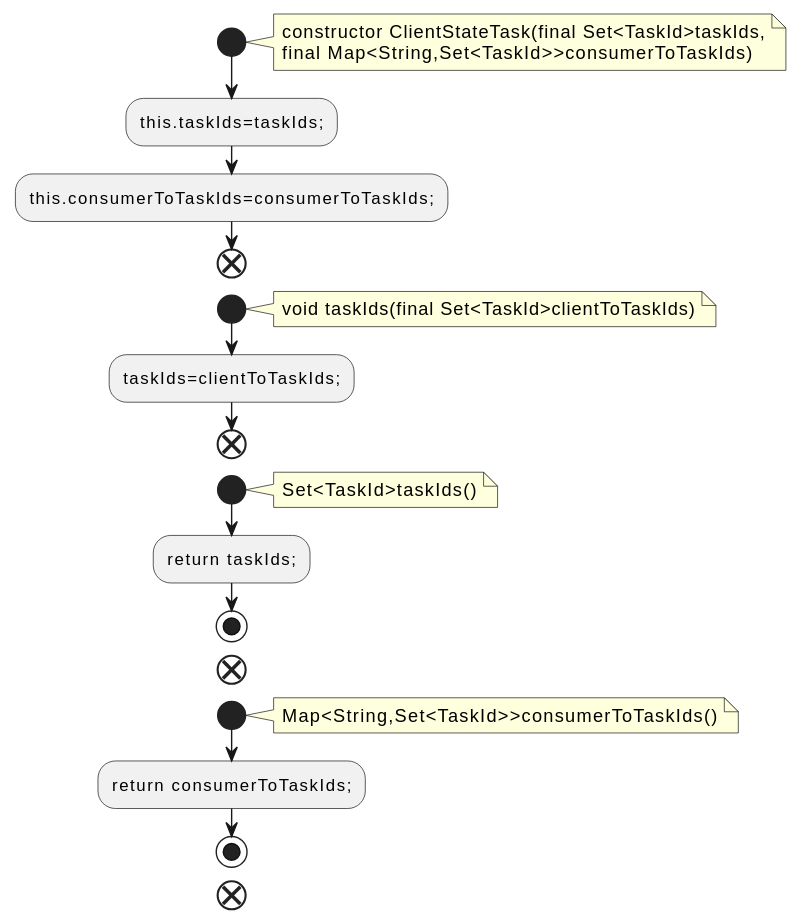
The PlantUML diagram docs/qc/streams/src/main/java/org/apache/kafka/streams/processor/internals/assignment/ClientStateTask.java.fct.svg in qualitesys/kafka, before a commit.
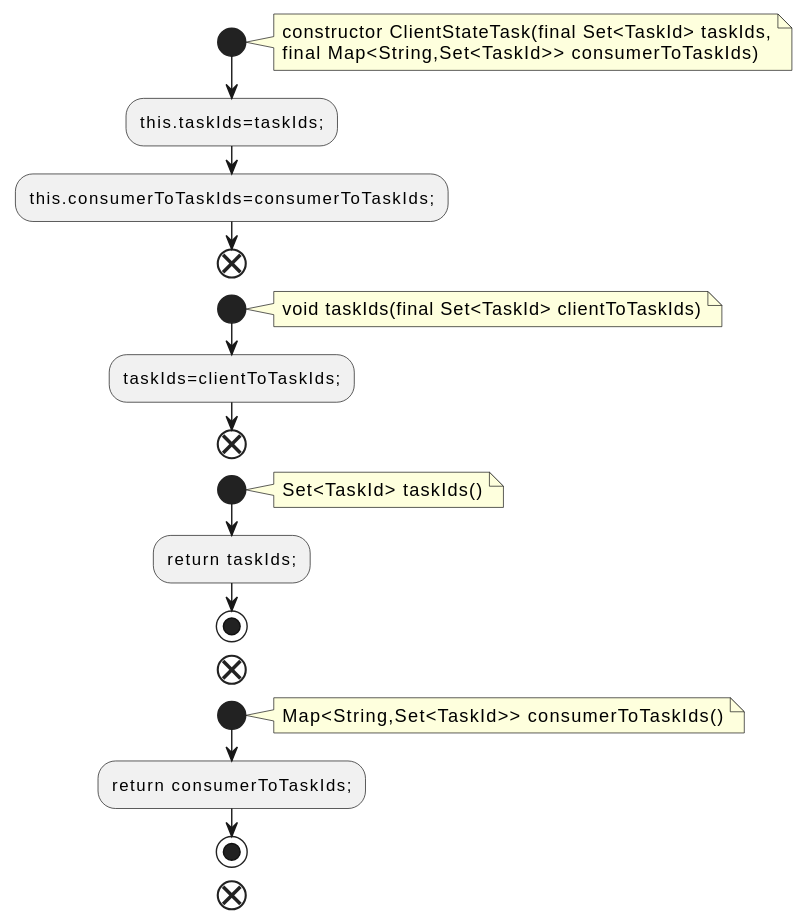
After the commit.

Change to the diagram source:
```diff
@@ -2,28 +2,28 @@
 !pragma layout smetana
 start
 note right
-constructor ClientStateTask(final Set<TaskId>taskIds,
-final Map<String,Set<TaskId>>consumerToTaskIds)
+constructor ClientStateTask(final Set<TaskId> taskIds,
+final Map<String,Set<TaskId>> consumerToTaskIds)
 end note
 :this.taskIds=taskIds;;
 :this.consumerToTaskIds=consumerToTaskIds;;
 end
 start
 note right
-void taskIds(final Set<TaskId>clientToTaskIds)
+void taskIds(final Set<TaskId> clientToTaskIds)
 end note
 :taskIds=clientToTaskIds;;
 end
 start
 note right
-Set<TaskId>taskIds()
+Set<TaskId> taskIds()
 end note
 :return taskIds;;
 stop
 end
 start
 note right
-Map<String,Set<TaskId>>consumerToTaskIds()
+Map<String,Set<TaskId>> consumerToTaskIds()
 end note
 :return consumerToTaskIds;;
 stop
```
